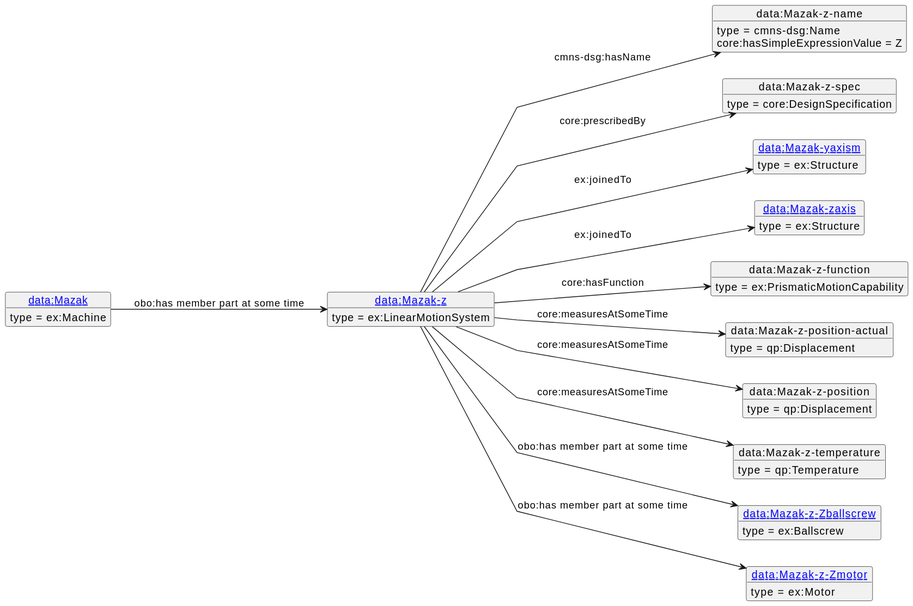
Earlier version of the PlantUML export diagrams/Mazak-z.svg (iofoundry/example-syseng-mtconnect). The source it was exported from:
```plantuml
@startuml
skinparam linetype polyline
left to right direction
object "[[./Mazak-z.html data:Mazak-z]]" as o1 {
 type = ex:LinearMotionSystem
 }
object "data:Mazak-z-name" as o2 {
 type = cmns-dsg:Name
 }
object "data:Mazak-z-spec" as o3 {
 type = core:DesignSpecification
 }
object "[[./Mazak-yaxism.html data:Mazak-yaxism]]" as o4 {
 type = ex:Structure
 }
object "[[./Mazak-zaxis.html data:Mazak-zaxis]]" as o5 {
 type = ex:Structure
 }
object "data:Mazak-z-function" as o6 {
 type = ex:PrismaticMotionCapability
 }
object "data:Mazak-z-position-actual" as o7 {
 type = qp:Displacement
 }
object "data:Mazak-z-position" as o8 {
 type = qp:Displacement
 }
object "data:Mazak-z-temperature" as o9 {
 type = qp:Temperature
 }
object "[[./Mazak-z-Zballscrew.html data:Mazak-z-Zballscrew]]" as o10 {
 type = ex:Ballscrew
 }
object "[[./Mazak-z-Zmotor.html data:Mazak-z-Zmotor]]" as o11 {
 type = ex:Motor
 }
object "[[./Mazak.html data:Mazak]]" as o12 {
 type = ex:Machine
 }
o1 --> o2 : cmns-dsg:hasName
o2 : core:hasSimpleExpressionValue = Z
o1 --> o3 : core:prescribedBy
o1 --> o4 : ex:joinedTo
o1 --> o5 : ex:joinedTo
o1 --> o6 : core:hasFunction
o1 --> o7 : core:measuresAtSomeTime
o1 --> o8 : core:measuresAtSomeTime
o1 --> o9 : core:measuresAtSomeTime
o1 --> o10 : obo:has member part at some time
o1 --> o11 : obo:has member part at some time
o12 --> o1 : obo:has member part at some time
@enduml
```
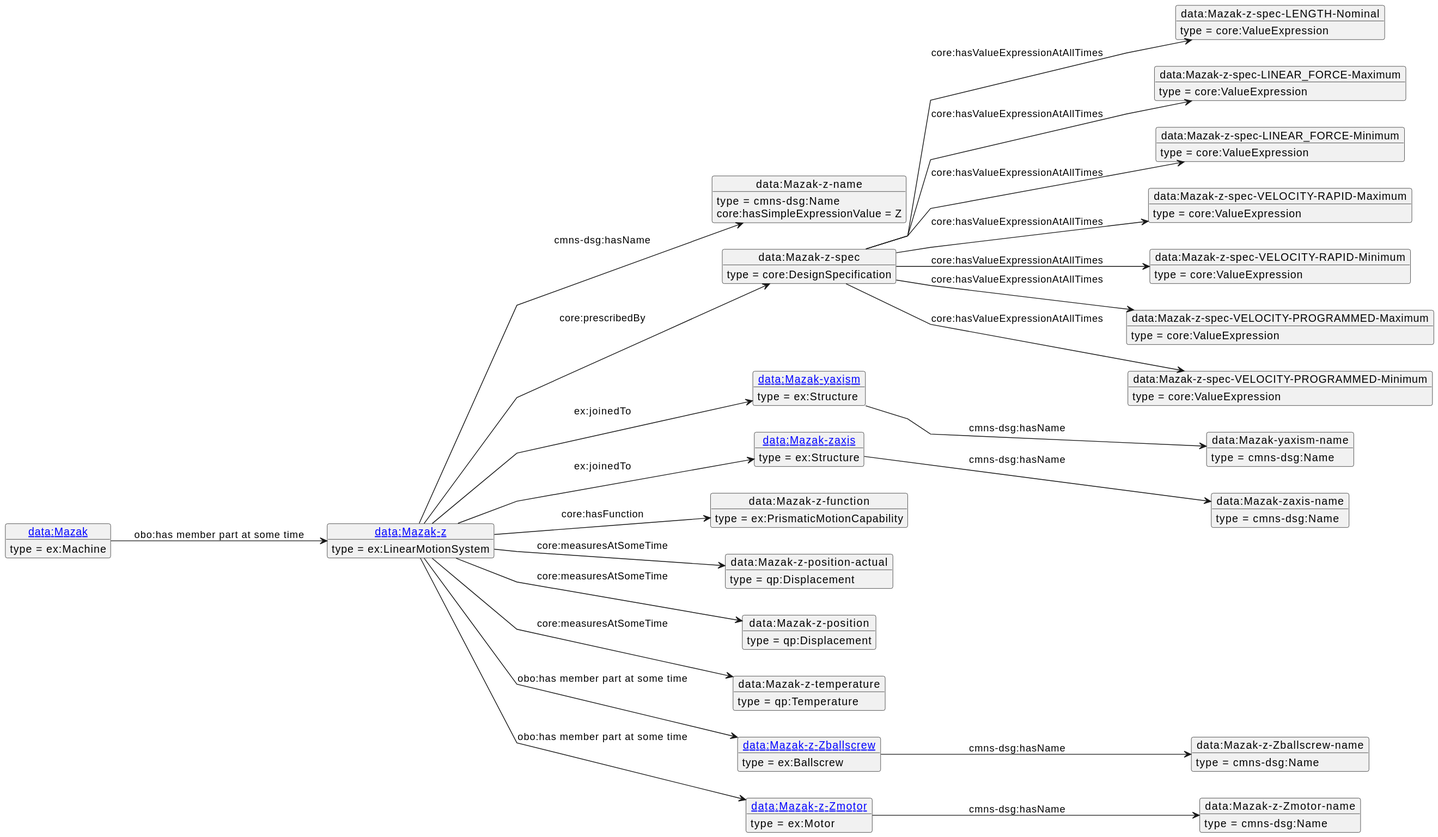
The same file after the commit.

The edit, as a diff of the source:
```diff
@@ -10,43 +10,87 @@
 object "data:Mazak-z-spec" as o3 {
  type = core:DesignSpecification
  }
-object "[[./Mazak-yaxism.html data:Mazak-yaxism]]" as o4 {
+object "data:Mazak-z-spec-LENGTH-Nominal" as o4 {
+ type = core:ValueExpression
+ }
+object "data:Mazak-z-spec-LINEAR_FORCE-Maximum" as o5 {
+ type = core:ValueExpression
+ }
+object "data:Mazak-z-spec-LINEAR_FORCE-Minimum" as o6 {
+ type = core:ValueExpression
+ }
+object "data:Mazak-z-spec-VELOCITY-RAPID-Maximum" as o7 {
+ type = core:ValueExpression
+ }
+object "data:Mazak-z-spec-VELOCITY-RAPID-Minimum" as o8 {
+ type = core:ValueExpression
+ }
+object "data:Mazak-z-spec-VELOCITY-PROGRAMMED-Maximum" as o9 {
+ type = core:ValueExpression
+ }
+object "data:Mazak-z-spec-VELOCITY-PROGRAMMED-Minimum" as o10 {
+ type = core:ValueExpression
+ }
+object "[[./Mazak-yaxism.html data:Mazak-yaxism]]" as o11 {
  type = ex:Structure
  }
-object "[[./Mazak-zaxis.html data:Mazak-zaxis]]" as o5 {
+object "data:Mazak-yaxism-name" as o12 {
+ type = cmns-dsg:Name
+ }
+object "[[./Mazak-zaxis.html data:Mazak-zaxis]]" as o13 {
  type = ex:Structure
  }
-object "data:Mazak-z-function" as o6 {
+object "data:Mazak-zaxis-name" as o14 {
+ type = cmns-dsg:Name
+ }
+object "data:Mazak-z-function" as o15 {
  type = ex:PrismaticMotionCapability
  }
-object "data:Mazak-z-position-actual" as o7 {
+object "data:Mazak-z-position-actual" as o16 {
  type = qp:Displacement
  }
-object "data:Mazak-z-position" as o8 {
+object "data:Mazak-z-position" as o17 {
  type = qp:Displacement
  }
-object "data:Mazak-z-temperature" as o9 {
+object "data:Mazak-z-temperature" as o18 {
  type = qp:Temperature
  }
-object "[[./Mazak-z-Zballscrew.html data:Mazak-z-Zballscrew]]" as o10 {
+object "[[./Mazak-z-Zballscrew.html data:Mazak-z-Zballscrew]]" as o19 {
  type = ex:Ballscrew
  }
-object "[[./Mazak-z-Zmotor.html data:Mazak-z-Zmotor]]" as o11 {
+object "data:Mazak-z-Zballscrew-name" as o20 {
+ type = cmns-dsg:Name
+ }
+object "[[./Mazak-z-Zmotor.html data:Mazak-z-Zmotor]]" as o21 {
  type = ex:Motor
  }
-object "[[./Mazak.html data:Mazak]]" as o12 {
+object "data:Mazak-z-Zmotor-name" as o22 {
+ type = cmns-dsg:Name
+ }
+object "[[./Mazak.html data:Mazak]]" as o23 {
  type = ex:Machine
  }
 o1 --> o2 : cmns-dsg:hasName
 o2 : core:hasSimpleExpressionValue = Z
 o1 --> o3 : core:prescribedBy
-o1 --> o4 : ex:joinedTo
-o1 --> o5 : ex:joinedTo
-o1 --> o6 : core:hasFunction
-o1 --> o7 : core:measuresAtSomeTime
-o1 --> o8 : core:measuresAtSomeTime
-o1 --> o9 : core:measuresAtSomeTime
-o1 --> o10 : obo:has member part at some time
-o1 --> o11 : obo:has member part at some time
-o12 --> o1 : obo:has member part at some time
+o3 --> o4 : core:hasValueExpressionAtAllTimes
+o3 --> o5 : core:hasValueExpressionAtAllTimes
+o3 --> o6 : core:hasValueExpressionAtAllTimes
+o3 --> o7 : core:hasValueExpressionAtAllTimes
+o3 --> o8 : core:hasValueExpressionAtAllTimes
+o3 --> o9 : core:hasValueExpressionAtAllTimes
+o3 --> o10 : core:hasValueExpressionAtAllTimes
+o1 --> o11 : ex:joinedTo
+o11 --> o12 : cmns-dsg:hasName
+o1 --> o13 : ex:joinedTo
+o13 --> o14 : cmns-dsg:hasName
+o1 --> o15 : core:hasFunction
+o1 --> o16 : core:measuresAtSomeTime
+o1 --> o17 : core:measuresAtSomeTime
+o1 --> o18 : core:measuresAtSomeTime
+o1 --> o19 : obo:has member part at some time
+o19 --> o20 : cmns-dsg:hasName
+o1 --> o21 : obo:has member part at some time
+o21 --> o22 : cmns-dsg:hasName
+o23 --> o1 : obo:has member part at some time
 @enduml
```
